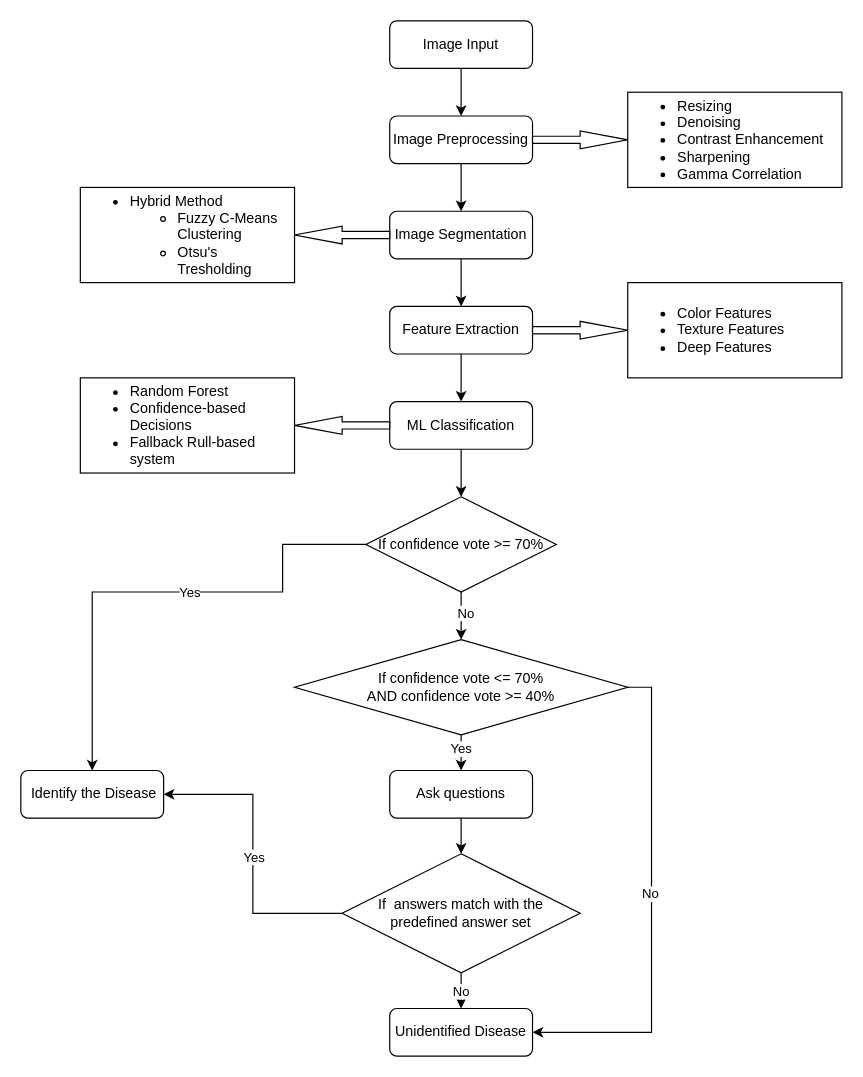
Earlier version of the draw.io diagram Untitled Diagram.drawio (Nayanathara00/crm). Source tidied: cells renumbered, new cells numbered last; positions are measured from the earlier drawing's top-left corner, leaving out a move shared by most shapes. Both pictures are drawn from the tidied source at 119%, with x=0, y=0 at pixel (20, 20).
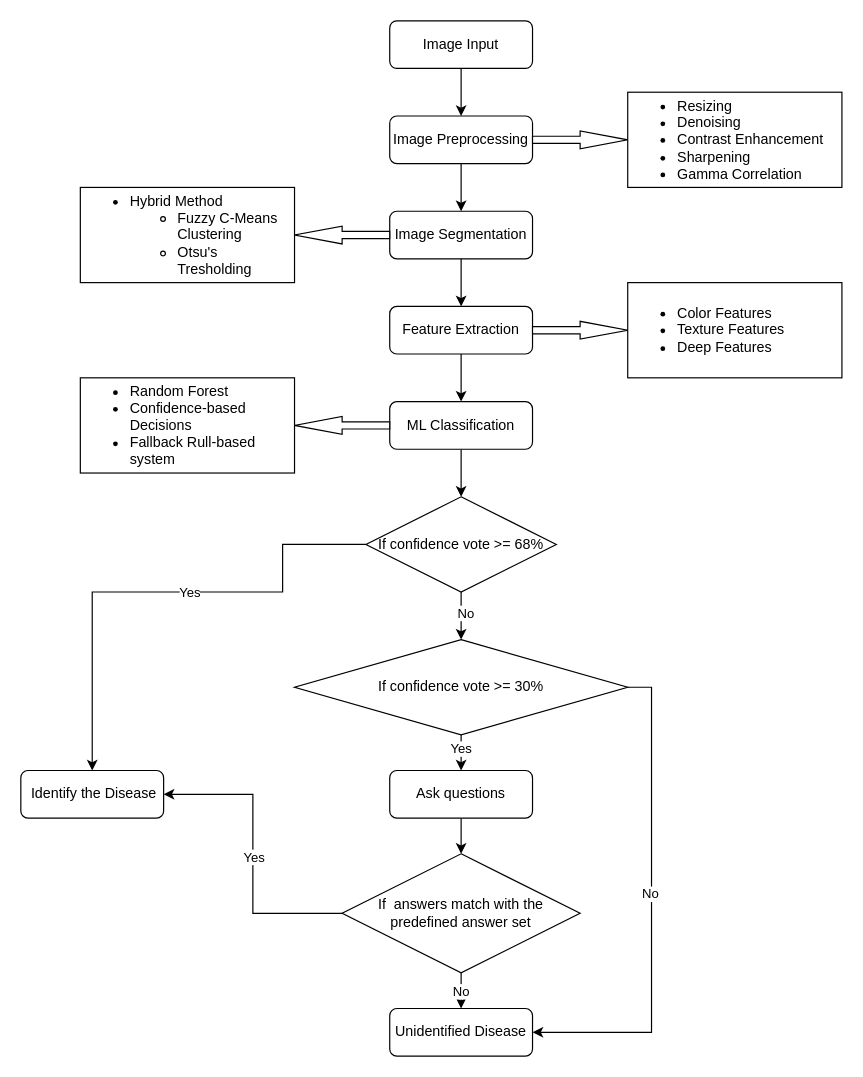
After the change.

The edit, as a diff of the source:
```diff
@@
-    <mxCell id="16" value="If confidence vote &amp;gt;= 70%" style="rhombus;whiteSpace=wrap;html=1;" parent="1" vertex="1">
+    <mxCell id="16" value="If confidence vote &amp;gt;= 68%" style="rhombus;whiteSpace=wrap;html=1;" parent="1" vertex="1">
       <mxGeometry x="290" y="400" width="160" height="80" as="geometry" />
     </mxCell>
@@
-    <mxCell id="30" value="If confidence vote &amp;lt;= 70%&lt;div&gt;AND confidence vote &amp;gt;= 40%&lt;/div&gt;" style="rhombus;whiteSpace=wrap;html=1;" parent="1" vertex="1">
+    <mxCell id="30" value="&lt;div&gt;If confidence vote &amp;gt;= 30%&lt;/div&gt;" style="rhombus;whiteSpace=wrap;html=1;" parent="1" vertex="1">
       <mxGeometry x="230" y="520" width="280" height="80" as="geometry" />
     </mxCell>
```
